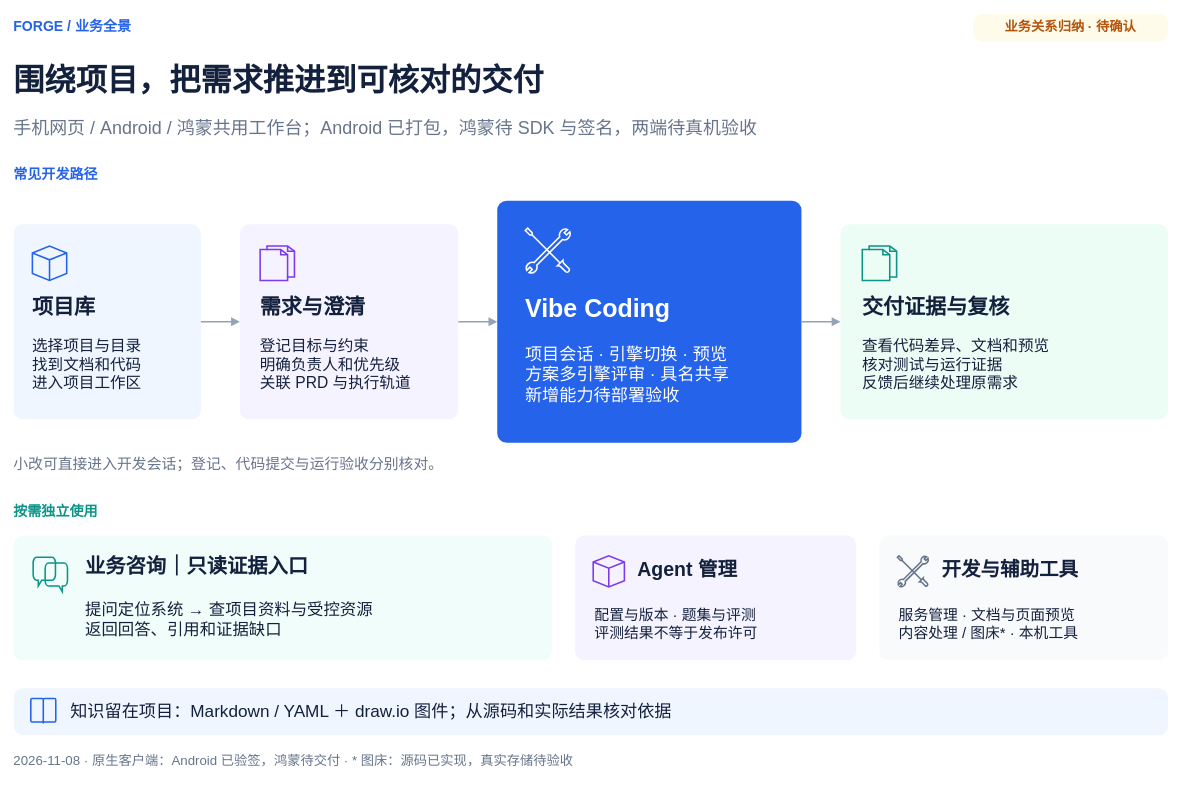
exception-coder/kai-toolbox keeps this draw.io diagram as docs/diagrams/Forge业务全景图.drawio. Above is the earlier version. Source tidied: cells renumbered, new cells numbered last; positions are measured from the earlier drawing's top-left corner, leaving out a move shared by most shapes. Both pictures are drawn from the tidied source at 78%, with x=0, y=0 at pixel (13, 13).
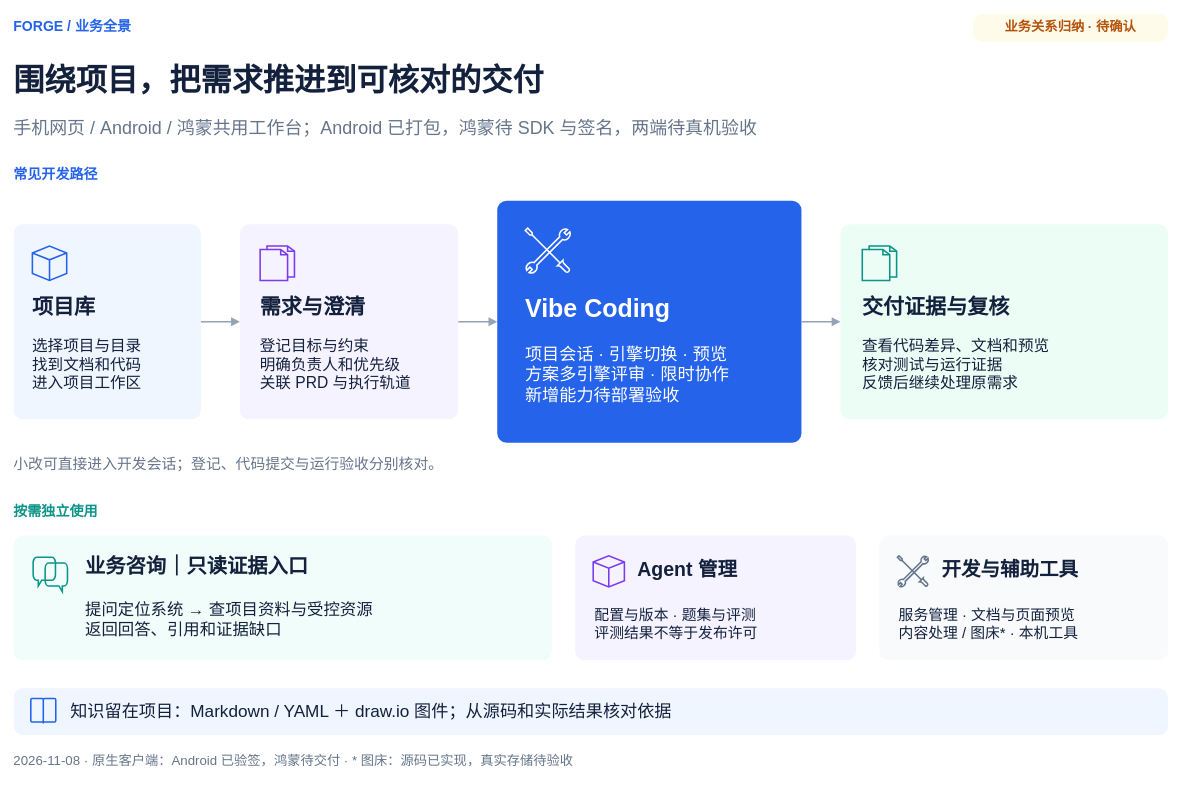
The same page after the edit.

The change refers to these unchanged cells:
```xml
<mxCell id="18" style="group;" parent="1" vertex="1">
  <mxGeometry x="620" y="240" width="390" height="310" as="geometry" />
</mxCell>
```

Diff of the diagram source:
```diff
@@
-    <mxCell id="22" value="项目会话 · 引擎切换 · 预览&#10;方案多引擎评审 · 具名共享&#10;新增能力待部署验收" style="fontFamily=Microsoft YaHei,Arial;html=0;text;strokeColor=none;fillColor=none;align=left;verticalAlign=middle;fontSize=22;fontColor=#FFFFFF;fontStyle=0;whiteSpace=wrap;spacing=0;" parent="18" vertex="1">
+    <mxCell id="22" value="项目会话 · 引擎切换 · 预览&#10;方案多引擎评审 · 限时协作&#10;新增能力待部署验收" style="fontFamily=Microsoft YaHei,Arial;html=0;text;strokeColor=none;fillColor=none;align=left;verticalAlign=middle;fontSize=22;fontColor=#FFFFFF;fontStyle=0;whiteSpace=wrap;spacing=0;" parent="18" vertex="1">
       <mxGeometry x="36" y="174" width="320" height="98" as="geometry" />
     </mxCell>
```
